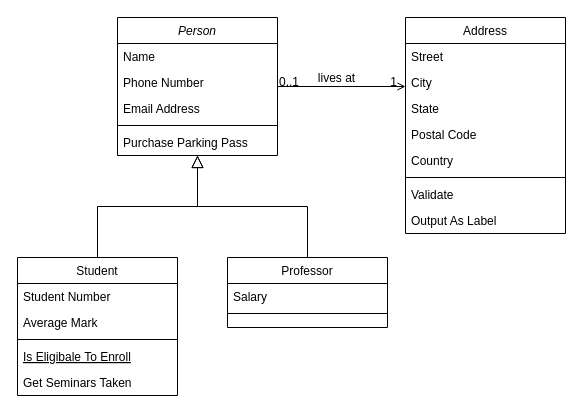
Above: model_data.drawio in college-VIVT/Account (draw.io), before the change. Source tidied: cells renumbered, new cells numbered last; positions are measured from the earlier drawing's top-left corner, leaving out a move shared by most shapes. Both pictures are drawn from the tidied source at 100%, with x=0, y=0 at pixel (17, 17).
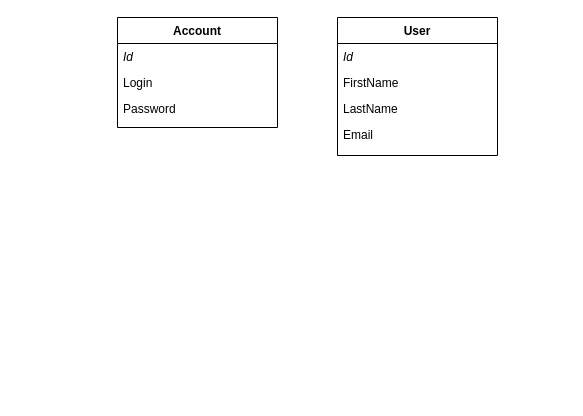
After the change.

Change to the diagram source:
```diff
@@
-    <mxCell id="2" value="Person" style="swimlane;fontStyle=2;align=center;verticalAlign=top;horizontal=1;startSize=26;rounded=0;shadow=0;strokeWidth=1;" parent="1" vertex="1">
-      <mxGeometry x="100" width="160" height="138" as="geometry" />
+    <mxCell id="2" value="Account" style="swimlane;fontStyle=1;align=center;verticalAlign=top;horizontal=1;startSize=26;rounded=0;shadow=0;strokeWidth=1;" parent="1" vertex="1">
+      <mxGeometry x="100" width="160" height="110" as="geometry" />
     </mxCell>
-    <mxCell id="3" value="Name" style="text;align=left;verticalAlign=top;spacingLeft=4;spacingRight=4;overflow=hidden;" parent="2" vertex="1">
+    <mxCell id="3" value="Id" style="text;align=left;verticalAlign=top;spacingLeft=4;spacingRight=4;overflow=hidden;fontStyle=2;" parent="2" vertex="1">
       <mxGeometry y="26" width="160" height="26" as="geometry" />
     </mxCell>
-    <mxCell id="4" value="Phone Number" style="text;align=left;verticalAlign=top;spacingLeft=4;spacingRight=4;overflow=hidden;rounded=0;shadow=0;html=0;" parent="2" vertex="1">
+    <mxCell id="4" value="Login" style="text;align=left;verticalAlign=top;spacingLeft=4;spacingRight=4;overflow=hidden;rounded=0;shadow=0;html=0;" parent="2" vertex="1">
       <mxGeometry y="52" width="160" height="26" as="geometry" />
     </mxCell>
-    <mxCell id="5" value="Email Address" style="text;align=left;verticalAlign=top;spacingLeft=4;spacingRight=4;overflow=hidden;rounded=0;shadow=0;html=0;" parent="2" vertex="1">
+    <mxCell id="5" value="Password" style="text;align=left;verticalAlign=top;spacingLeft=4;spacingRight=4;overflow=hidden;rounded=0;shadow=0;html=0;" parent="2" vertex="1">
       <mxGeometry y="78" width="160" height="26" as="geometry" />
     </mxCell>
-    <mxCell id="6" style="line;html=1;strokeWidth=1;align=left;verticalAlign=middle;spacingTop=-1;spacingLeft=3;spacingRight=3;labelPosition=right;" parent="2" vertex="1">
-      <mxGeometry y="104" width="160" height="8" as="geometry" />
-    </mxCell>
-    <mxCell id="7" value="Purchase Parking Pass" style="text;align=left;verticalAlign=top;spacingLeft=4;spacingRight=4;overflow=hidden;" parent="2" vertex="1">
-      <mxGeometry y="112" width="160" height="26" as="geometry" />
-    </mxCell>
-    <mxCell id="8" value="Student" style="swimlane;fontStyle=0;align=center;verticalAlign=top;horizontal=1;startSize=26;rounded=0;shadow=0;strokeWidth=1;" parent="1" vertex="1">
-      <mxGeometry y="240" width="160" height="138" as="geometry" />
+    <mxCell id="8" value="User" style="swimlane;fontStyle=1;align=center;verticalAlign=top;horizontal=1;startSize=26;rounded=0;shadow=0;strokeWidth=1;" parent="1" vertex="1">
+      <mxGeometry x="320" width="160" height="138" as="geometry" />
     </mxCell>
-    <mxCell id="9" value="Student Number" style="text;align=left;verticalAlign=top;spacingLeft=4;spacingRight=4;overflow=hidden;" parent="8" vertex="1">
+    <mxCell id="9" value="Id" style="text;align=left;verticalAlign=top;spacingLeft=4;spacingRight=4;overflow=hidden;fontStyle=2;" parent="8" vertex="1">
       <mxGeometry y="26" width="160" height="26" as="geometry" />
     </mxCell>
-    <mxCell id="10" value="Average Mark" style="text;align=left;verticalAlign=top;spacingLeft=4;spacingRight=4;overflow=hidden;rounded=0;shadow=0;html=0;" parent="8" vertex="1">
+    <mxCell id="10" value="FirstName" style="text;align=left;verticalAlign=top;spacingLeft=4;spacingRight=4;overflow=hidden;rounded=0;shadow=0;html=0;" parent="8" vertex="1">
       <mxGeometry y="52" width="160" height="26" as="geometry" />
     </mxCell>
-    <mxCell id="11" style="line;html=1;strokeWidth=1;align=left;verticalAlign=middle;spacingTop=-1;spacingLeft=3;spacingRight=3;labelPosition=right;" parent="8" vertex="1">
-      <mxGeometry y="78" width="160" height="8" as="geometry" />
-    </mxCell>
-    <mxCell id="12" value="Is Eligibale To Enroll" style="text;align=left;verticalAlign=top;spacingLeft=4;spacingRight=4;overflow=hidden;fontStyle=4;" parent="8" vertex="1">
-      <mxGeometry y="86" width="160" height="26" as="geometry" />
-    </mxCell>
-    <mxCell id="13" value="Get Seminars Taken" style="text;align=left;verticalAlign=top;spacingLeft=4;spacingRight=4;overflow=hidden;" parent="8" vertex="1">
-      <mxGeometry y="112" width="160" height="26" as="geometry" />
-    </mxCell>
-    <mxCell id="14" style="endArrow=block;endSize=10;endFill=0;shadow=0;strokeWidth=1;rounded=0;edgeStyle=elbowEdgeStyle;elbow=vertical;" parent="1" edge="1" source="8" target="2">
-      <mxGeometry relative="1" as="geometry" />
-    </mxCell>
-    <mxCell id="15" value="Professor" style="swimlane;fontStyle=0;align=center;verticalAlign=top;horizontal=1;startSize=26;rounded=0;shadow=0;strokeWidth=1;" parent="1" vertex="1">
-      <mxGeometry x="210" y="240" width="160" height="70" as="geometry" />
-    </mxCell>
-    <mxCell id="16" value="Salary" style="text;align=left;verticalAlign=top;spacingLeft=4;spacingRight=4;overflow=hidden;" parent="15" vertex="1">
-      <mxGeometry y="26" width="160" height="26" as="geometry" />
-    </mxCell>
-    <mxCell id="17" style="line;html=1;strokeWidth=1;align=left;verticalAlign=middle;spacingTop=-1;spacingLeft=3;spacingRight=3;labelPosition=right;" parent="15" vertex="1">
-      <mxGeometry y="52" width="160" height="8" as="geometry" />
-    </mxCell>
-    <mxCell id="18" style="endArrow=block;endSize=10;endFill=0;shadow=0;strokeWidth=1;rounded=0;edgeStyle=elbowEdgeStyle;elbow=vertical;" parent="1" edge="1" source="15" target="2">
-      <mxGeometry relative="1" as="geometry" />
-    </mxCell>
-    <mxCell id="19" value="Address" style="swimlane;fontStyle=0;align=center;verticalAlign=top;horizontal=1;startSize=26;rounded=0;shadow=0;strokeWidth=1;" parent="1" vertex="1">
-      <mxGeometry x="388" width="160" height="216" as="geometry" />
-    </mxCell>
-    <mxCell id="20" value="Street" style="text;align=left;verticalAlign=top;spacingLeft=4;spacingRight=4;overflow=hidden;" parent="19" vertex="1">
-      <mxGeometry y="26" width="160" height="26" as="geometry" />
-    </mxCell>
-    <mxCell id="21" value="City" style="text;align=left;verticalAlign=top;spacingLeft=4;spacingRight=4;overflow=hidden;rounded=0;shadow=0;html=0;" parent="19" vertex="1">
-      <mxGeometry y="52" width="160" height="26" as="geometry" />
-    </mxCell>
-    <mxCell id="22" value="State" style="text;align=left;verticalAlign=top;spacingLeft=4;spacingRight=4;overflow=hidden;rounded=0;shadow=0;html=0;" parent="19" vertex="1">
-      <mxGeometry y="78" width="160" height="26" as="geometry" />
-    </mxCell>
-    <mxCell id="23" value="Postal Code" style="text;align=left;verticalAlign=top;spacingLeft=4;spacingRight=4;overflow=hidden;rounded=0;shadow=0;html=0;" parent="19" vertex="1">
-      <mxGeometry y="104" width="160" height="26" as="geometry" />
-    </mxCell>
-    <mxCell id="24" value="Country" style="text;align=left;verticalAlign=top;spacingLeft=4;spacingRight=4;overflow=hidden;rounded=0;shadow=0;html=0;" parent="19" vertex="1">
-      <mxGeometry y="130" width="160" height="26" as="geometry" />
-    </mxCell>
-    <mxCell id="25" style="line;html=1;strokeWidth=1;align=left;verticalAlign=middle;spacingTop=-1;spacingLeft=3;spacingRight=3;labelPosition=right;" parent="19" vertex="1">
-      <mxGeometry y="156" width="160" height="8" as="geometry" />
-    </mxCell>
-    <mxCell id="26" value="Validate" style="text;align=left;verticalAlign=top;spacingLeft=4;spacingRight=4;overflow=hidden;" parent="19" vertex="1">
-      <mxGeometry y="164" width="160" height="26" as="geometry" />
-    </mxCell>
-    <mxCell id="27" value="Output As Label" style="text;align=left;verticalAlign=top;spacingLeft=4;spacingRight=4;overflow=hidden;" parent="19" vertex="1">
-      <mxGeometry y="190" width="160" height="26" as="geometry" />
-    </mxCell>
-    <mxCell id="28" style="endArrow=open;shadow=0;strokeWidth=1;rounded=0;endFill=1;edgeStyle=elbowEdgeStyle;elbow=vertical;" parent="1" edge="1" source="2" target="19">
-      <mxGeometry x="0.5" y="41" relative="1" as="geometry">
-        <mxPoint x="-40" y="32" as="offset" />
-      </mxGeometry>
-    </mxCell>
-    <mxCell id="29" value="0..1" style="align=left;verticalAlign=bottom;labelBackgroundColor=none;fontSize=12;" parent="28" vertex="1">
-      <mxGeometry x="-1" relative="1" as="geometry">
-        <mxPoint y="4" as="offset" />
-      </mxGeometry>
-    </mxCell>
-    <mxCell id="30" value="1" style="align=right;verticalAlign=bottom;labelBackgroundColor=none;fontSize=12;" parent="28" vertex="1">
-      <mxGeometry x="1" relative="1" as="geometry">
-        <mxPoint x="-7" y="4" as="offset" />
-      </mxGeometry>
-    </mxCell>
-    <mxCell id="31" value="lives at" style="text;html=1;align=center;verticalAlign=middle;labelBackgroundColor=none;rounded=0;shadow=0;strokeWidth=1;fontSize=12;" parent="28" vertex="1">
-      <mxGeometry x="0.5" y="49" relative="1" as="geometry">
-        <mxPoint x="-38" y="40" as="offset" />
-      </mxGeometry>
-    </mxCell>
+    <mxCell id="32" value="LastName" style="text;strokeColor=none;fillColor=none;align=left;verticalAlign=top;spacingLeft=4;spacingRight=4;overflow=hidden;" parent="8" vertex="1">
+      <mxGeometry y="78" width="160" height="26" as="geometry" />
+    </mxCell>
+    <mxCell id="33" value="Email" style="text;strokeColor=none;fillColor=none;align=left;verticalAlign=top;spacingLeft=4;spacingRight=4;overflow=hidden;" parent="8" vertex="1">
+      <mxGeometry y="104" width="160" height="26" as="geometry" />
+    </mxCell>
```
